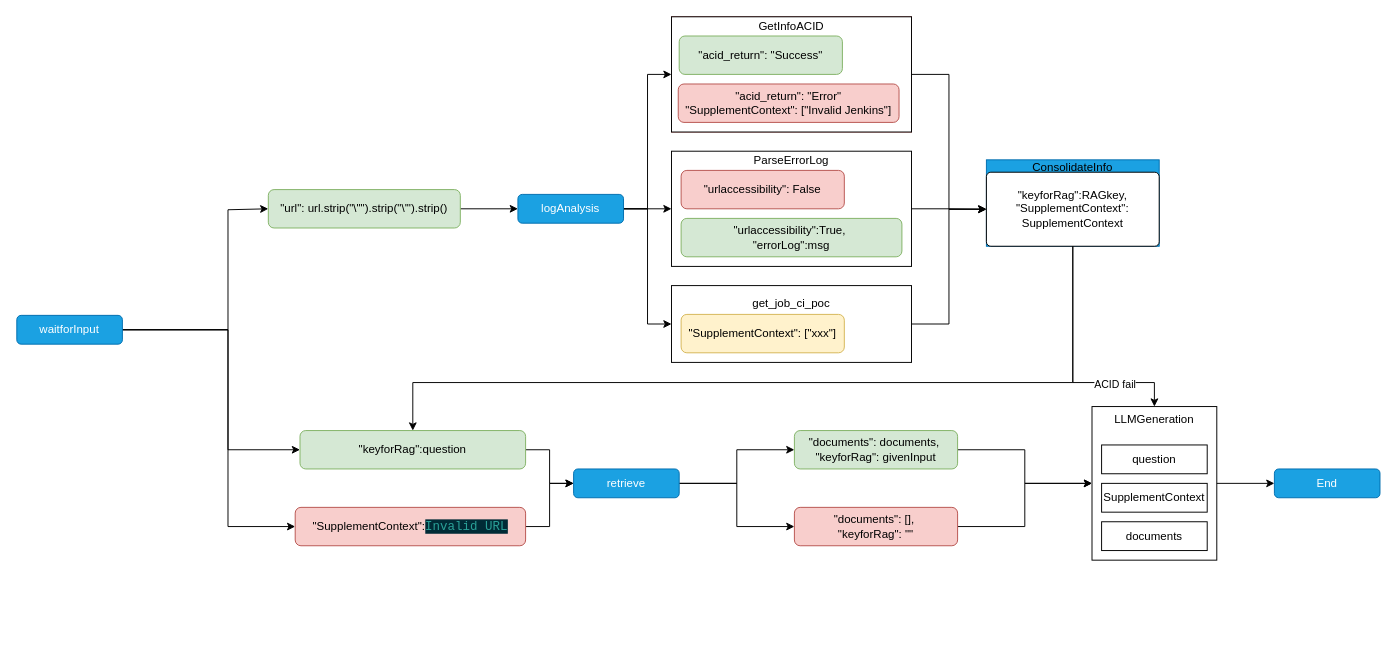
Before: page "Page-2" (2 of 2) of AI.drawio in fengchutadie/diagram, a draw.io diagram. Source tidied: cells renumbered, new cells numbered last; positions are measured from the earlier drawing's top-left corner, leaving out a move shared by most shapes. Both pictures are drawn from the tidied source at 96%, with x=0, y=0 at pixel (16, 16).
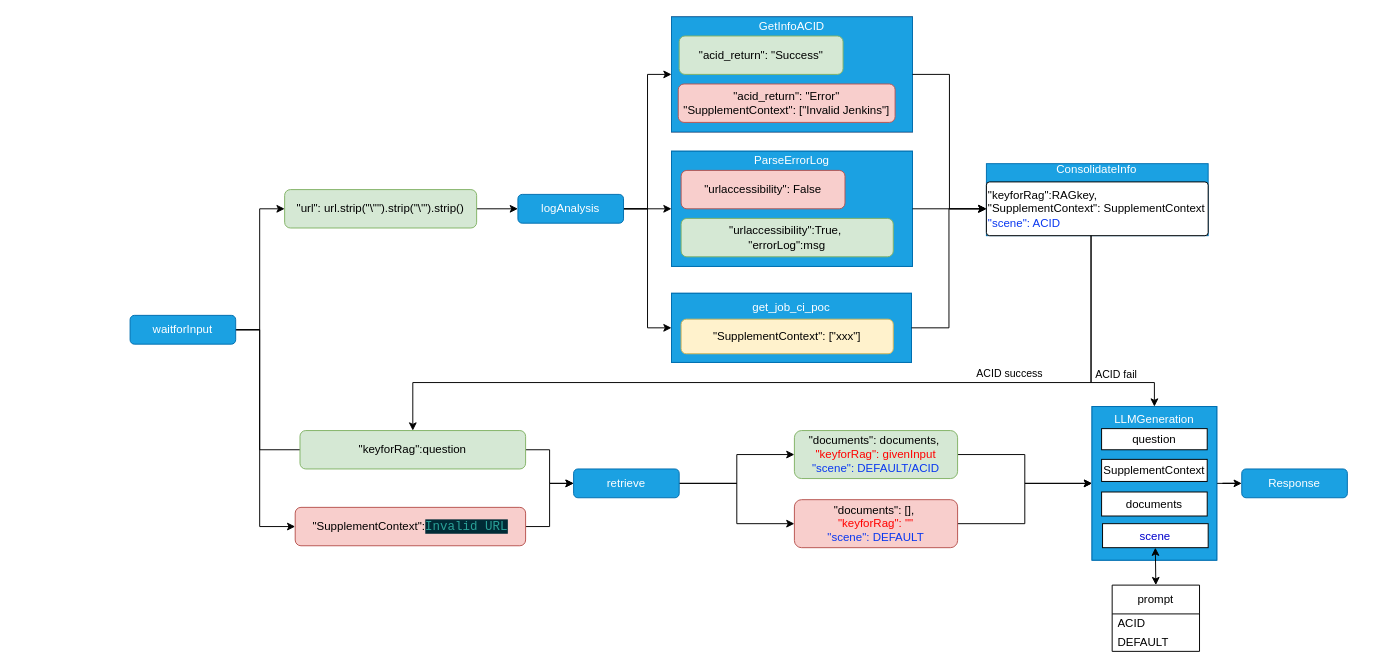
Above is the later version.

The change refers to these unchanged cells:
```xml
<mxCell id="7" value="&quot;SupplementContext&quot;:&lt;span style=&quot;color: rgb(42, 161, 152); background-color: rgb(0, 43, 54); font-family: Consolas, &amp;quot;Courier New&amp;quot;, monospace; font-size: 13px; white-space: pre;&quot;&gt;Invalid URL&lt;/span&gt;" style="rounded=1;whiteSpace=wrap;html=1;fillColor=#f8cecc;strokeColor=#b85450;" parent="1" vertex="1">
  <mxGeometry x="290" y="511" width="240" height="40" as="geometry" />
</mxCell>
<mxCell id="11" value="&quot;keyforRag&quot;:question" style="rounded=1;whiteSpace=wrap;html=1;fillColor=#d5e8d4;strokeColor=#82b366;" parent="1" vertex="1">
  <mxGeometry x="295" y="431" width="235" height="40" as="geometry" />
</mxCell>
```

Change to the diagram source:
```diff
@@
-    <mxCell id="2" style="edgeStyle=orthogonalEdgeStyle;rounded=0;jettySize=auto;html=1;entryX=0;entryY=0.5;entryDx=0;entryDy=0;" parent="1" edge="1" source="5" target="9">
-      <mxGeometry relative="1" as="geometry">
-        <Array as="points">
-          <mxPoint x="220" y="326" />
-          <mxPoint x="220" y="201" />
-        </Array>
-      </mxGeometry>
-    </mxCell>
-    <mxCell id="3" style="edgeStyle=orthogonalEdgeStyle;rounded=0;jettySize=auto;html=1;entryX=0;entryY=0.5;entryDx=0;entryDy=0;" parent="1" edge="1" source="5" target="11">
+    <mxCell id="3" style="edgeStyle=orthogonalEdgeStyle;rounded=0;orthogonalLoop=1;jettySize=auto;html=1;entryX=0;entryY=0.5;entryDx=0;entryDy=0;" parent="1" edge="1">
       <mxGeometry relative="1" as="geometry">
+        <mxPoint x="143" y="326" as="sourcePoint" />
+        <mxPoint x="328" y="451" as="targetPoint" />
         <Array as="points">
-          <mxPoint x="220" y="326" />
-          <mxPoint x="220" y="451" />
+          <mxPoint x="253" y="326" />
+          <mxPoint x="253" y="451" />
         </Array>
       </mxGeometry>
     </mxCell>
     <mxCell id="4" style="edgeStyle=orthogonalEdgeStyle;rounded=0;jettySize=auto;html=1;entryX=0;entryY=0.5;entryDx=0;entryDy=0;" parent="1" edge="1" source="5" target="7">
       <mxGeometry relative="1" as="geometry">
         <Array as="points">
-          <mxPoint x="220" y="326" />
-          <mxPoint x="220" y="531" />
+          <mxPoint x="253" y="326" />
+          <mxPoint x="253" y="531" />
         </Array>
       </mxGeometry>
     </mxCell>
+    <mxCell id="2" style="edgeStyle=orthogonalEdgeStyle;rounded=0;jettySize=auto;html=1;entryX=0;entryY=0.5;entryDx=0;entryDy=0;" parent="1" edge="1" source="5" target="9">
+      <mxGeometry relative="1" as="geometry">
+        <Array as="points">
+          <mxPoint x="253" y="326" />
+          <mxPoint x="253" y="200" />
+        </Array>
+      </mxGeometry>
+    </mxCell>
     <mxCell id="5" value="waitforInput" style="rounded=1;whiteSpace=wrap;html=1;fillColor=#1ba1e2;strokeColor=#006EAF;fontColor=#ffffff;" parent="1" vertex="1">
-      <mxGeometry y="311" width="110" height="30" as="geometry" />
+      <mxGeometry x="118" y="311" width="110" height="30" as="geometry" />
     </mxCell>
@@
     <mxCell id="9" value="&quot;url&quot;: url.strip(&quot;\&quot;&quot;).strip(&quot;\'&quot;).strip()" style="rounded=1;whiteSpace=wrap;html=1;fillColor=#d5e8d4;strokeColor=#82b366;" parent="1" vertex="1">
-      <mxGeometry x="262" y="180" width="200" height="40" as="geometry" />
+      <mxGeometry x="279" y="180" width="200" height="40" as="geometry" />
     </mxCell>
@@
-    <mxCell id="16" value="&quot;documents&quot;: documents,&amp;nbsp;&lt;br&gt;&lt;span style=&quot;background-color: transparent; color: light-dark(rgb(0, 0, 0), rgb(255, 255, 255));&quot;&gt;&quot;keyforRag&quot;: givenInput&lt;/span&gt;" style="rounded=1;whiteSpace=wrap;html=1;fillColor=#d5e8d4;strokeColor=#82b366;" parent="1" vertex="1">
-      <mxGeometry x="810" y="431" width="170" height="40" as="geometry" />
+    <mxCell id="16" value="&quot;documents&quot;: documents,&amp;nbsp;&lt;br&gt;&lt;span style=&quot;background-color: transparent;&quot;&gt;&lt;font style=&quot;color: light-dark(rgb(255, 0, 0), rgb(255, 255, 255));&quot;&gt;&quot;keyforRag&quot;: givenInput&lt;/font&gt;&lt;/span&gt;&lt;div&gt;&lt;span style=&quot;color: rgb(10, 56, 240);&quot;&gt;&quot;scene&quot;: DEFAULT/ACID&lt;/span&gt;&lt;/div&gt;" style="rounded=1;whiteSpace=wrap;html=1;fillColor=#d5e8d4;strokeColor=#82b366;" parent="1" vertex="1">
+      <mxGeometry x="810" y="431" width="170" height="50" as="geometry" />
     </mxCell>
@@
-    <mxCell id="18" value="&quot;documents&quot;: [],&amp;nbsp;&lt;div&gt;&quot;keyforRag&quot;: &quot;&quot;&lt;/div&gt;" style="rounded=1;whiteSpace=wrap;html=1;fillColor=#f8cecc;strokeColor=#b85450;" parent="1" vertex="1">
-      <mxGeometry x="810" y="511" width="170" height="40" as="geometry" />
+    <mxCell id="18" value="&quot;documents&quot;: [],&amp;nbsp;&lt;div&gt;&lt;font style=&quot;color: rgb(255, 0, 0);&quot;&gt;&quot;keyforRag&quot;: &quot;&quot;&lt;/font&gt;&lt;br&gt;&lt;span style=&quot;color: rgb(10, 56, 240);&quot;&gt;&quot;scene&quot;: DEFAULT&lt;/span&gt;&lt;/div&gt;" style="rounded=1;whiteSpace=wrap;html=1;fillColor=#f8cecc;strokeColor=#b85450;" parent="1" vertex="1">
+      <mxGeometry x="810" y="503" width="170" height="50" as="geometry" />
     </mxCell>
@@
-    <mxCell id="23" style="group;" parent="1" vertex="1">
-      <mxGeometry x="682" y="140" width="250" height="120" as="geometry" />
+    <mxCell id="23" style="group;fillColor=#1ba1e2;fontColor=#ffffff;strokeColor=#006EAF;" parent="1" vertex="1">
+      <mxGeometry x="682" y="140" width="251" height="120" as="geometry" />
     </mxCell>
-    <mxCell id="24" value="&lt;div&gt;ParseErrorLog&lt;/div&gt;&lt;div&gt;&lt;br&gt;&lt;/div&gt;&lt;div&gt;&lt;br&gt;&lt;/div&gt;&lt;div&gt;&lt;br&gt;&lt;/div&gt;&lt;div&gt;&lt;br&gt;&lt;/div&gt;&lt;div&gt;&lt;br&gt;&lt;/div&gt;&lt;div&gt;&lt;br&gt;&lt;/div&gt;&lt;div&gt;&lt;br&gt;&lt;/div&gt;" style="rounded=0;whiteSpace=wrap;html=1;" parent="23" vertex="1">
-      <mxGeometry width="250" height="120" as="geometry" />
+    <mxCell id="24" value="&lt;div&gt;ParseErrorLog&lt;/div&gt;&lt;div&gt;&lt;br&gt;&lt;/div&gt;&lt;div&gt;&lt;br&gt;&lt;/div&gt;&lt;div&gt;&lt;br&gt;&lt;/div&gt;&lt;div&gt;&lt;br&gt;&lt;/div&gt;&lt;div&gt;&lt;br&gt;&lt;/div&gt;&lt;div&gt;&lt;br&gt;&lt;/div&gt;&lt;div&gt;&lt;br&gt;&lt;/div&gt;" style="rounded=0;whiteSpace=wrap;html=1;fillColor=#1ba1e2;fontColor=#ffffff;strokeColor=#006EAF;" parent="23" vertex="1">
+      <mxGeometry width="251" height="120" as="geometry" />
     </mxCell>
     <mxCell id="25" value="&quot;urlaccessibility&quot;: False" style="rounded=1;whiteSpace=wrap;html=1;fillColor=#f8cecc;strokeColor=#b85450;" parent="23" vertex="1">
-      <mxGeometry x="10" y="20" width="170" height="40" as="geometry" />
+      <mxGeometry x="10" y="20" width="170.7" height="40" as="geometry" />
     </mxCell>
     <mxCell id="26" value="&quot;urlaccessibility&quot;:True,&amp;nbsp;&lt;div&gt;&quot;errorLog&quot;:msg&lt;/div&gt;" style="rounded=1;whiteSpace=wrap;html=1;fillColor=#d5e8d4;strokeColor=#82b366;" parent="23" vertex="1">
-      <mxGeometry x="10" y="70" width="230" height="40" as="geometry" />
+      <mxGeometry x="10" y="70" width="221" height="40" as="geometry" />
     </mxCell>
-    <mxCell id="27" style="group;" parent="1" vertex="1">
-      <mxGeometry x="682" y="280" width="250" height="80" as="geometry" />
+    <mxCell id="27" style="group;fillColor=#1ba1e2;fontColor=#ffffff;strokeColor=#006EAF;" parent="1" vertex="1">
+      <mxGeometry x="682" y="288" width="250" height="72" as="geometry" />
     </mxCell>
-    <mxCell id="28" value="&lt;div&gt;get_job_ci_poc&lt;/div&gt;&lt;div&gt;&lt;br&gt;&lt;/div&gt;&lt;div&gt;&lt;br&gt;&lt;/div&gt;&lt;div&gt;&lt;br&gt;&lt;/div&gt;" style="rounded=0;whiteSpace=wrap;html=1;" parent="27" vertex="1">
-      <mxGeometry width="250" height="80" as="geometry" />
+    <mxCell id="28" value="&lt;div&gt;get_job_ci_poc&lt;/div&gt;&lt;div&gt;&lt;br&gt;&lt;/div&gt;&lt;div&gt;&lt;br&gt;&lt;/div&gt;&lt;div&gt;&lt;br&gt;&lt;/div&gt;" style="rounded=0;whiteSpace=wrap;html=1;fillColor=#1ba1e2;fontColor=#ffffff;strokeColor=#006EAF;" parent="27" vertex="1">
+      <mxGeometry width="250" height="72" as="geometry" />
     </mxCell>
     <mxCell id="29" value="&quot;SupplementContext&quot;: [&quot;xxx&quot;]" style="rounded=1;whiteSpace=wrap;html=1;fillColor=#fff2cc;strokeColor=#d6b656;" parent="27" vertex="1">
-      <mxGeometry x="10" y="30" width="170" height="40" as="geometry" />
+      <mxGeometry x="10" y="27" width="221" height="36" as="geometry" />
     </mxCell>
     <mxCell id="30" style="group;fillColor=#f8cecc;strokeColor=#b85450;" parent="1" vertex="1">
-      <mxGeometry x="682" width="250" height="120" as="geometry" />
+      <mxGeometry x="682" width="251" height="120" as="geometry" />
     </mxCell>
-    <mxCell id="31" value="&lt;div&gt;GetInfoACID&lt;/div&gt;&lt;div&gt;&lt;br&gt;&lt;/div&gt;&lt;div&gt;&lt;br&gt;&lt;/div&gt;&lt;div&gt;&lt;br&gt;&lt;/div&gt;&lt;div&gt;&lt;br&gt;&lt;/div&gt;&lt;div&gt;&lt;br&gt;&lt;/div&gt;&lt;div&gt;&lt;br&gt;&lt;/div&gt;&lt;div&gt;&lt;br&gt;&lt;/div&gt;" style="rounded=0;whiteSpace=wrap;html=1;" parent="30" vertex="1">
-      <mxGeometry width="250" height="120" as="geometry" />
+    <mxCell id="31" value="&lt;div&gt;GetInfoACID&lt;/div&gt;&lt;div&gt;&lt;br&gt;&lt;/div&gt;&lt;div&gt;&lt;br&gt;&lt;/div&gt;&lt;div&gt;&lt;br&gt;&lt;/div&gt;&lt;div&gt;&lt;br&gt;&lt;/div&gt;&lt;div&gt;&lt;br&gt;&lt;/div&gt;&lt;div&gt;&lt;br&gt;&lt;/div&gt;&lt;div&gt;&lt;br&gt;&lt;/div&gt;" style="rounded=0;whiteSpace=wrap;html=1;fillColor=#1ba1e2;fontColor=#ffffff;strokeColor=#006EAF;" parent="30" vertex="1">
+      <mxGeometry width="251" height="120" as="geometry" />
     </mxCell>
     <mxCell id="32" value="&quot;acid_return&quot;: &quot;Success&quot;" style="rounded=1;whiteSpace=wrap;html=1;fillColor=#d5e8d4;strokeColor=#82b366;" parent="30" vertex="1">
-      <mxGeometry x="8" y="20" width="170" height="40" as="geometry" />
+      <mxGeometry x="8" y="20" width="170.7" height="40" as="geometry" />
     </mxCell>
     <mxCell id="33" value="&quot;acid_return&quot;: &quot;Error&quot;&lt;div&gt;&amp;nbsp;&quot;SupplementContext&quot;: [&quot;Invalid Jenkins&quot;]&amp;nbsp;&lt;/div&gt;" style="rounded=1;whiteSpace=wrap;html=1;fillColor=#f8cecc;strokeColor=#b85450;" parent="30" vertex="1">
-      <mxGeometry x="7" y="70" width="230" height="40" as="geometry" />
+      <mxGeometry x="7" y="70" width="225.9" height="40" as="geometry" />
     </mxCell>
-    <mxCell id="34" style="group;fillColor=#1ba1e2;fontColor=#ffffff;strokeColor=#006EAF;" parent="1" vertex="1">
-      <mxGeometry x="1010" y="149" width="180" height="90" as="geometry" />
+    <mxCell id="34" style="group;fillColor=#1ba1e2;fontColor=#ffffff;strokeColor=#006EAF;align=left;" parent="1" vertex="1">
+      <mxGeometry x="1010" y="153" width="231" height="75" as="geometry" />
     </mxCell>
-    <mxCell id="35" value="&lt;div&gt;&quot;keyforRag&quot;:RAGkey, &quot;SupplementContext&quot;: SupplementContext&lt;/div&gt;" style="rounded=1;whiteSpace=wrap;html=1;arcSize=6;" parent="34" vertex="1">
-      <mxGeometry y="12.9" width="180" height="77.1" as="geometry" />
+    <mxCell id="35" value="&lt;div&gt;&quot;keyforRag&quot;:RAGkey,&amp;nbsp;&lt;/div&gt;&lt;div&gt;&quot;SupplementContext&quot;: SupplementContext&lt;/div&gt;&lt;div&gt;&lt;font style=&quot;color: light-dark(rgb(10, 56, 240), rgb(237, 237, 237));&quot;&gt;&quot;scene&quot;: ACID&lt;/font&gt;&lt;/div&gt;" style="rounded=1;whiteSpace=wrap;html=1;arcSize=6;align=left;" parent="34" vertex="1">
+      <mxGeometry y="19" width="231" height="56" as="geometry" />
     </mxCell>
-    <mxCell id="36" value="ConsolidateInfo" style="text;html=1;align=center;verticalAlign=middle;whiteSpace=wrap;rounded=0;" parent="34" vertex="1">
-      <mxGeometry x="40" width="100" height="15.4" as="geometry" />
+    <mxCell id="36" value="&lt;font style=&quot;color: light-dark(rgb(255, 255, 255), rgb(237, 237, 237));&quot;&gt;ConsolidateInfo&lt;/font&gt;" style="text;html=1;align=center;verticalAlign=middle;whiteSpace=wrap;rounded=0;" parent="34" vertex="1">
+      <mxGeometry x="51.3" width="128.3" height="11.1" as="geometry" />
     </mxCell>
@@
-    <mxCell id="40" style="group;" parent="1" vertex="1">
+    <mxCell id="40" style="group;fillColor=#1ba1e2;fontColor=#ffffff;strokeColor=#006EAF;" parent="1" vertex="1">
       <mxGeometry x="1120" y="406" width="130" height="160" as="geometry" />
     </mxCell>
-    <mxCell id="41" value="LLMGeneration" style="rounded=0;whiteSpace=wrap;html=1;verticalAlign=top;" parent="40" vertex="1">
-      <mxGeometry width="130" height="160" as="geometry" />
-    </mxCell>
-    <mxCell id="42" value="SupplementContext" style="rounded=0;whiteSpace=wrap;html=1;" parent="40" vertex="1">
-      <mxGeometry x="10" y="80" width="110" height="30" as="geometry" />
-    </mxCell>
-    <mxCell id="43" value="question" style="rounded=0;whiteSpace=wrap;html=1;" parent="40" vertex="1">
-      <mxGeometry x="10" y="40" width="110" height="30" as="geometry" />
-    </mxCell>
-    <mxCell id="44" value="documents" style="rounded=0;whiteSpace=wrap;html=1;" parent="40" vertex="1">
-      <mxGeometry x="10" y="120" width="110" height="30" as="geometry" />
-    </mxCell>
     <mxCell id="45" style="edgeStyle=orthogonalEdgeStyle;rounded=0;jettySize=auto;html=1;entryX=0.5;entryY=0;entryDx=0;entryDy=0;" parent="1" edge="1" source="35" target="41">
       <mxGeometry relative="1" as="geometry">
         <Array as="points">
-          <mxPoint x="1100" y="381" />
+          <mxPoint x="1119" y="381" />
           <mxPoint x="1185" y="381" />
         </Array>
       </mxGeometry>
     </mxCell>
     <mxCell id="46" value="ACID fail" style="edgeLabel;html=1;align=center;verticalAlign=middle;" parent="45" vertex="1">
-      <mxGeometry x="0.47" y="-1" relative="1" as="geometry" />
+      <mxGeometry x="0.47" y="-1" relative="1" as="geometry">
+        <mxPoint x="-1" y="-10" as="offset" />
+      </mxGeometry>
     </mxCell>
-    <mxCell id="47" value="End" style="rounded=1;whiteSpace=wrap;html=1;fillColor=#1ba1e2;strokeColor=#006EAF;fontColor=#ffffff;" parent="1" vertex="1">
-      <mxGeometry x="1310" y="471" width="110" height="30" as="geometry" />
+    <mxCell id="47" value="Response" style="rounded=1;whiteSpace=wrap;html=1;fillColor=#1ba1e2;strokeColor=#006EAF;fontColor=#ffffff;" parent="1" vertex="1">
+      <mxGeometry x="1276" y="471" width="110" height="30" as="geometry" />
     </mxCell>
@@
     <mxCell id="49" style="edgeStyle=orthogonalEdgeStyle;rounded=0;jettySize=auto;html=1;entryX=0.5;entryY=0;entryDx=0;entryDy=0;" parent="1" edge="1" source="35" target="11">
       <mxGeometry relative="1" as="geometry">
         <Array as="points">
-          <mxPoint x="1100" y="381" />
+          <mxPoint x="1119" y="381" />
           <mxPoint x="413" y="381" />
         </Array>
       </mxGeometry>
     </mxCell>
+    <mxCell id="50" value="ACID success" style="edgeLabel;html=1;align=center;verticalAlign=middle;" parent="49" vertex="1">
+      <mxGeometry x="-0.48" y="2" relative="1" as="geometry">
+        <mxPoint x="-3" y="-12" as="offset" />
+      </mxGeometry>
+    </mxCell>
+    <mxCell id="41" value="LLMGeneration" style="rounded=0;whiteSpace=wrap;html=1;verticalAlign=top;fillColor=#1ba1e2;fontColor=#ffffff;strokeColor=#006EAF;" parent="1" vertex="1">
+      <mxGeometry x="1120" y="406" width="130" height="160" as="geometry" />
+    </mxCell>
+    <mxCell id="42" value="SupplementContext" style="rounded=0;whiteSpace=wrap;html=1;" parent="1" vertex="1">
+      <mxGeometry x="1130" y="461" width="110" height="23" as="geometry" />
+    </mxCell>
+    <mxCell id="43" value="question" style="rounded=0;whiteSpace=wrap;html=1;" parent="1" vertex="1">
+      <mxGeometry x="1130" y="429" width="110" height="22" as="geometry" />
+    </mxCell>
+    <mxCell id="44" value="documents" style="rounded=0;whiteSpace=wrap;html=1;" parent="1" vertex="1">
+      <mxGeometry x="1130" y="495" width="110" height="25" as="geometry" />
+    </mxCell>
+    <mxCell id="51" value="&lt;font style=&quot;color: rgb(0, 0, 204);&quot;&gt;scene&lt;/font&gt;" style="rounded=0;whiteSpace=wrap;html=1;" parent="1" vertex="1">
+      <mxGeometry x="1131" y="528" width="110" height="25" as="geometry" />
+    </mxCell>
+    <mxCell id="52" value="prompt" style="swimlane;fontStyle=0;horizontal=1;startSize=30;whiteSpace=wrap;html=1;" parent="1" vertex="1">
+      <mxGeometry x="1141" y="592" width="91" height="69" as="geometry" />
+    </mxCell>
+    <mxCell id="53" value="ACID" style="text;strokeColor=none;fillColor=none;align=left;verticalAlign=middle;spacingLeft=4;spacingRight=4;overflow=hidden;whiteSpace=wrap;html=1;" parent="52" vertex="1">
+      <mxGeometry y="30" width="91" height="20" as="geometry" />
+    </mxCell>
+    <mxCell id="54" value="DEFAULT" style="text;strokeColor=none;fillColor=none;align=left;verticalAlign=middle;spacingLeft=4;spacingRight=4;overflow=hidden;whiteSpace=wrap;html=1;" parent="52" vertex="1">
+      <mxGeometry y="50" width="91" height="19" as="geometry" />
+    </mxCell>
+    <mxCell id="55" style="endArrow=classic;startArrow=classic;html=1;rounded=0;entryX=0.5;entryY=1;entryDx=0;entryDy=0;exitX=0.5;exitY=0;exitDx=0;exitDy=0;strokeWidth=1;" parent="1" edge="1" source="52" target="51">
+      <mxGeometry relative="1" as="geometry" />
+    </mxCell>
```
